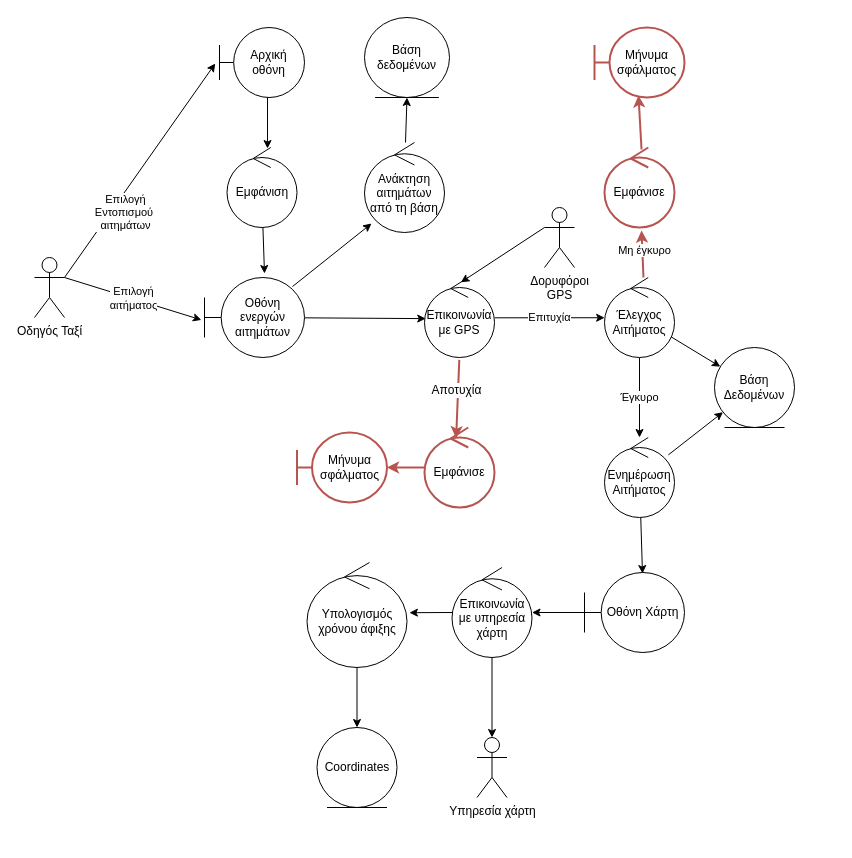
Above: Part_2/Robustness/diagrams/08_Αποδοχή_Αιτήματος_Ταξί.drawio in Nikolis2002/texnoligia_logismikou (draw.io), before the change. Source tidied: cells renumbered, new cells numbered last; positions are measured from the earlier drawing's top-left corner, leaving out a move shared by most shapes. Both pictures are drawn from the tidied source at 100%, with x=0, y=0 at pixel (34, 17).
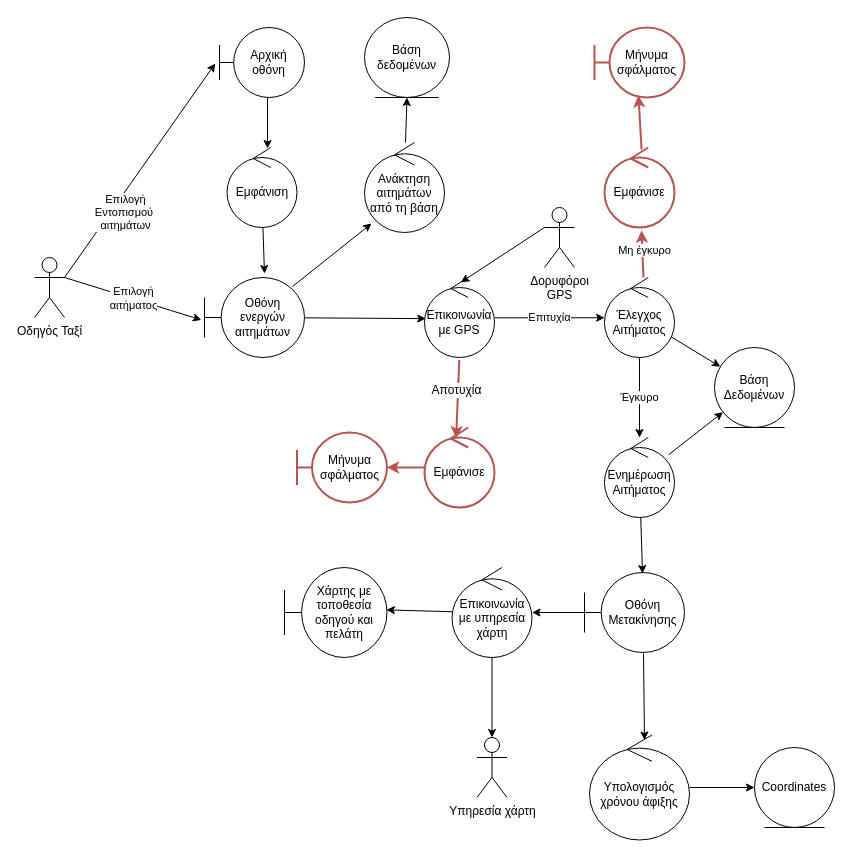
The same diagram, later.

The change refers to these unchanged cells:
```xml
<mxCell id="35" value="Επικοινωνία με υπηρεσία χάρτη" style="ellipse;shape=umlControl;whiteSpace=wrap;html=1;" parent="1" vertex="1">
  <mxGeometry x="417.5" y="550" width="80" height="90" as="geometry" />
</mxCell>
```

Diff of the diagram source:
```diff
@@
-    <mxCell id="33" style="edgeStyle=none;html=1;endArrow=classic;endFill=1;entryX=1.024;entryY=0.478;entryDx=0;entryDy=0;entryPerimeter=0;" parent="1" edge="1" source="35" target="38">
+    <mxCell id="33" style="edgeStyle=none;html=1;endArrow=classic;endFill=1;entryX=0.55;entryY=0.048;entryDx=0;entryDy=0;entryPerimeter=0;exitX=0.59;exitY=1.013;exitDx=0;exitDy=0;exitPerimeter=0;" parent="1" edge="1" source="44" target="38">
       <mxGeometry relative="1" as="geometry" />
     </mxCell>
@@
+    <mxCell id="45" style="edgeStyle=none;html=1;entryX=0.994;entryY=0.471;entryDx=0;entryDy=0;entryPerimeter=0;" parent="1" edge="1" source="35" target="46">
+      <mxGeometry relative="1" as="geometry" />
+    </mxCell>
@@
-    <mxCell id="37" style="edgeStyle=none;html=1;endArrow=classic;endFill=1;entryX=0.5;entryY=0;entryDx=0;entryDy=0;" parent="1" edge="1" source="38" target="39">
+    <mxCell id="37" style="edgeStyle=none;html=1;endArrow=classic;endFill=1;entryX=0;entryY=0.5;entryDx=0;entryDy=0;" parent="1" edge="1" source="38" target="39">
       <mxGeometry relative="1" as="geometry" />
     </mxCell>
     <mxCell id="38" value="Υπολογισμός χρόνου άφιξης" style="ellipse;shape=umlControl;whiteSpace=wrap;html=1;" parent="1" vertex="1">
-      <mxGeometry x="272.5" y="545" width="100" height="105" as="geometry" />
+      <mxGeometry x="555" y="717.5" width="100" height="105" as="geometry" />
     </mxCell>
     <mxCell id="39" value="Coordinates" style="ellipse;shape=umlEntity;whiteSpace=wrap;html=1;" parent="1" vertex="1">
-      <mxGeometry x="282.5" y="710" width="80" height="80" as="geometry" />
+      <mxGeometry x="720" y="730" width="80" height="80" as="geometry" />
     </mxCell>
@@
-    <mxCell id="44" value="Οθόνη Χάρτη" style="shape=umlBoundary;whiteSpace=wrap;html=1;" parent="1" vertex="1">
+    <mxCell id="44" value="Οθόνη Μετακίνησης" style="shape=umlBoundary;whiteSpace=wrap;html=1;" parent="1" vertex="1">
       <mxGeometry x="550" y="555" width="100" height="80" as="geometry" />
     </mxCell>
+    <mxCell id="46" value="Χάρτης με τοποθεσία οδηγού και πελάτη" style="shape=umlBoundary;whiteSpace=wrap;html=1;" parent="1" vertex="1">
+      <mxGeometry x="250" y="550" width="102.5" height="90" as="geometry" />
+    </mxCell>
```
